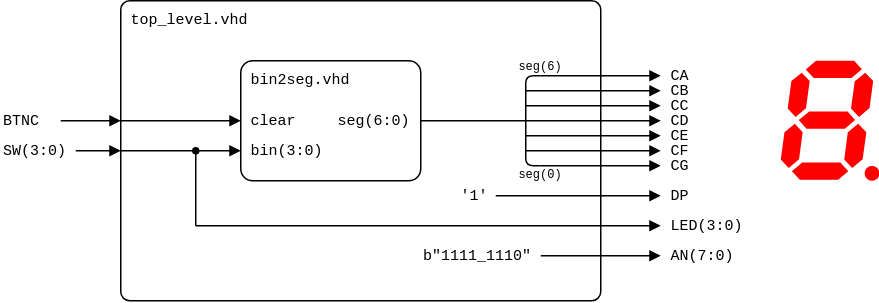
Earlier version of the draw.io export lab3-segment/images/top-level_1-digit.png (tomas-fryza/vhdl-course). Source tidied: cells renumbered, new cells last; positions are measured from the earlier drawing's top-left corner, leaving out a move shared by most shapes.
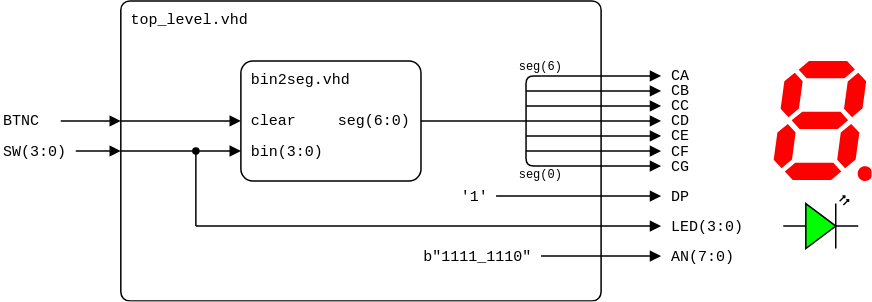
Above is the later version.

Change to the diagram source:
```diff
@@ -173,7 +173,7 @@
       <mxGeometry x="305" y="120" width="30" height="20" as="geometry" />
     </mxCell>
     <mxCell id="39" style="verticalLabelPosition=bottom;shadow=0;dashed=0;align=center;html=1;verticalAlign=top;shape=mxgraph.electrical.opto_electronics.7_segment_display_with_dp;fillColor=#FF0000;strokeColor=none;" parent="1" vertex="1">
-      <mxGeometry x="520" y="40" width="65.8" height="80" as="geometry" />
+      <mxGeometry x="515" y="40" width="65.8" height="80" as="geometry" />
     </mxCell>
     <mxCell id="40" value="&lt;div style=&quot;line-height: 100%; font-size: 8px;&quot;&gt;seg(6)&lt;/div&gt;" style="text;html=1;align=center;verticalAlign=middle;whiteSpace=wrap;rounded=0;fontFamily=Courier New;fontSize=8;fillOpacity=100;spacing=2;spacingRight=0;" parent="1" vertex="1">
       <mxGeometry x="335" y="34" width="50" height="20" as="geometry" />
@@ -181,5 +181,8 @@
     <mxCell id="41" value="&lt;div style=&quot;line-height: 100%; font-size: 8px;&quot;&gt;seg(0)&lt;/div&gt;" style="text;html=1;align=center;verticalAlign=middle;whiteSpace=wrap;rounded=0;fontFamily=Courier New;fontSize=8;fillOpacity=100;spacing=2;spacingRight=0;" parent="1" vertex="1">
       <mxGeometry x="335" y="106" width="50" height="20" as="geometry" />
     </mxCell>
+    <mxCell id="42" style="verticalLabelPosition=bottom;shadow=0;dashed=0;align=center;html=1;verticalAlign=top;shape=mxgraph.electrical.opto_electronics.led_2;fillColor=#00FF00;" parent="1" vertex="1">
+      <mxGeometry x="521.4" y="130" width="50" height="35" as="geometry" />
+    </mxCell>
   </root>
 </mxGraphModel>
```
